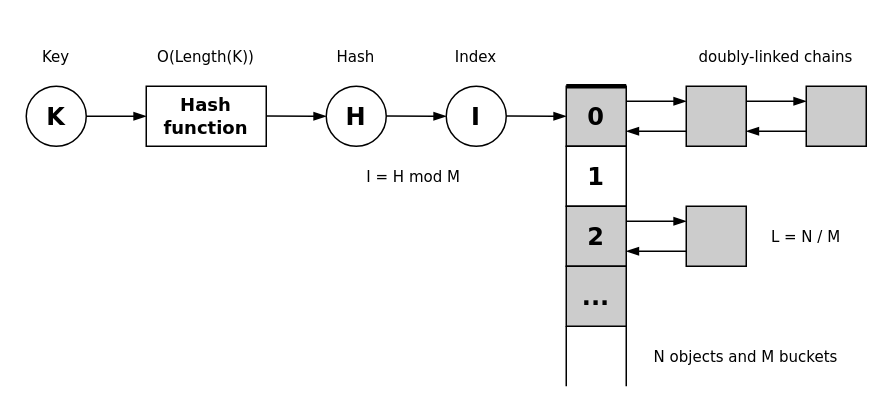
i-s-m-mipt/Education keeps this draw.io diagram as projects/examples/source/10.17.container.hash.table.memory.drawio. Above is the earlier version. Source tidied: cells renumbered, new cells numbered last; positions are measured from the earlier drawing's top-left corner, leaving out a move shared by most shapes. Both pictures are drawn from the tidied source at 150%, with x=0, y=0 at pixel (26, 26).
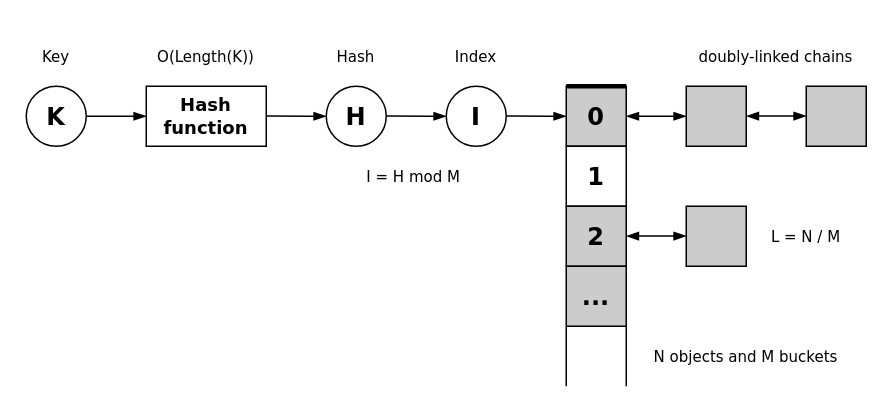
Above is the later version.

The change refers to these unchanged cells:
```xml
<mxCell id="12" value="&lt;font size=&quot;1&quot; face=&quot;Verdana&quot;&gt;&lt;b style=&quot;font-size: 16px;&quot;&gt;0&lt;/b&gt;&lt;/font&gt;" style="rounded=0;whiteSpace=wrap;html=1;fillColor=#CCCCCC;" parent="1" vertex="1">
  <mxGeometry x="360" y="40" width="40" height="40" as="geometry" />
</mxCell>
<mxCell id="14" value="&lt;font size=&quot;1&quot; face=&quot;Verdana&quot;&gt;&lt;b style=&quot;font-size: 16px;&quot;&gt;2&lt;/b&gt;&lt;/font&gt;" style="rounded=0;whiteSpace=wrap;html=1;fillColor=#CCCCCC;" parent="1" vertex="1">
  <mxGeometry x="360" y="120" width="40" height="40" as="geometry" />
</mxCell>
<mxCell id="20" style="rounded=0;whiteSpace=wrap;html=1;fillColor=#CCCCCC;" parent="1" vertex="1">
  <mxGeometry x="440" y="40" width="40" height="40" as="geometry" />
</mxCell>
<mxCell id="21" style="rounded=0;whiteSpace=wrap;html=1;fillColor=#CCCCCC;" parent="1" vertex="1">
  <mxGeometry x="520" y="40" width="40" height="40" as="geometry" />
</mxCell>
<mxCell id="22" style="rounded=0;whiteSpace=wrap;html=1;fillColor=#CCCCCC;" parent="1" vertex="1">
  <mxGeometry x="440" y="120" width="40" height="40" as="geometry" />
</mxCell>
```

Change to the diagram source:
```diff
@@
-    <mxCell id="26" style="endArrow=blockThin;html=1;rounded=0;exitX=1;exitY=0.25;exitDx=0;exitDy=0;endFill=1;entryX=0;entryY=0.25;entryDx=0;entryDy=0;" parent="1" edge="1" source="12" target="20">
-      <mxGeometry relative="1" as="geometry" />
-    </mxCell>
-    <mxCell id="27" style="endArrow=blockThin;html=1;rounded=0;exitX=1;exitY=0.25;exitDx=0;exitDy=0;endFill=1;entryX=0;entryY=0.25;entryDx=0;entryDy=0;" parent="1" edge="1" source="20" target="21">
-      <mxGeometry relative="1" as="geometry" />
-    </mxCell>
-    <mxCell id="28" style="endArrow=blockThin;html=1;rounded=0;exitX=1;exitY=0.25;exitDx=0;exitDy=0;endFill=1;entryX=0;entryY=0.25;entryDx=0;entryDy=0;" parent="1" edge="1" source="14" target="22">
-      <mxGeometry relative="1" as="geometry" />
-    </mxCell>
-    <mxCell id="29" style="endArrow=blockThin;html=1;rounded=0;exitX=0;exitY=0.75;exitDx=0;exitDy=0;endFill=1;entryX=1;entryY=0.75;entryDx=0;entryDy=0;" parent="1" edge="1" source="20" target="12">
+    <mxCell id="29" style="endArrow=blockThin;html=1;rounded=0;exitX=0;exitY=0.5;exitDx=0;exitDy=0;endFill=1;entryX=1;entryY=0.5;entryDx=0;entryDy=0;startArrow=blockThin;startFill=1;" parent="1" edge="1" source="20" target="12">
       <mxGeometry relative="1" as="geometry" />
     </mxCell>
-    <mxCell id="30" style="endArrow=blockThin;html=1;rounded=0;exitX=0;exitY=0.75;exitDx=0;exitDy=0;endFill=1;entryX=1;entryY=0.75;entryDx=0;entryDy=0;" parent="1" edge="1">
-      <mxGeometry relative="1" as="geometry">
-        <mxPoint x="520" y="70" as="sourcePoint" />
-        <mxPoint x="480" y="70" as="targetPoint" />
-      </mxGeometry>
-    </mxCell>
-    <mxCell id="31" style="endArrow=blockThin;html=1;rounded=0;exitX=0;exitY=0.75;exitDx=0;exitDy=0;endFill=1;entryX=1;entryY=0.75;entryDx=0;entryDy=0;" parent="1" edge="1">
-      <mxGeometry relative="1" as="geometry">
-        <mxPoint x="440" y="150" as="sourcePoint" />
-        <mxPoint x="400" y="150" as="targetPoint" />
-      </mxGeometry>
-    </mxCell>
@@
+    <mxCell id="35" style="endArrow=blockThin;html=1;rounded=0;exitX=0;exitY=0.5;exitDx=0;exitDy=0;endFill=1;entryX=1;entryY=0.5;entryDx=0;entryDy=0;startArrow=blockThin;startFill=1;" parent="1" edge="1">
+      <mxGeometry relative="1" as="geometry">
+        <mxPoint x="520" y="59.9" as="sourcePoint" />
+        <mxPoint x="480" y="59.9" as="targetPoint" />
+      </mxGeometry>
+    </mxCell>
+    <mxCell id="36" style="endArrow=blockThin;html=1;rounded=0;exitX=0;exitY=0.5;exitDx=0;exitDy=0;endFill=1;entryX=1;entryY=0.5;entryDx=0;entryDy=0;startArrow=blockThin;startFill=1;" parent="1" edge="1">
+      <mxGeometry relative="1" as="geometry">
+        <mxPoint x="440" y="139.9" as="sourcePoint" />
+        <mxPoint x="400" y="139.9" as="targetPoint" />
+      </mxGeometry>
+    </mxCell>
```
